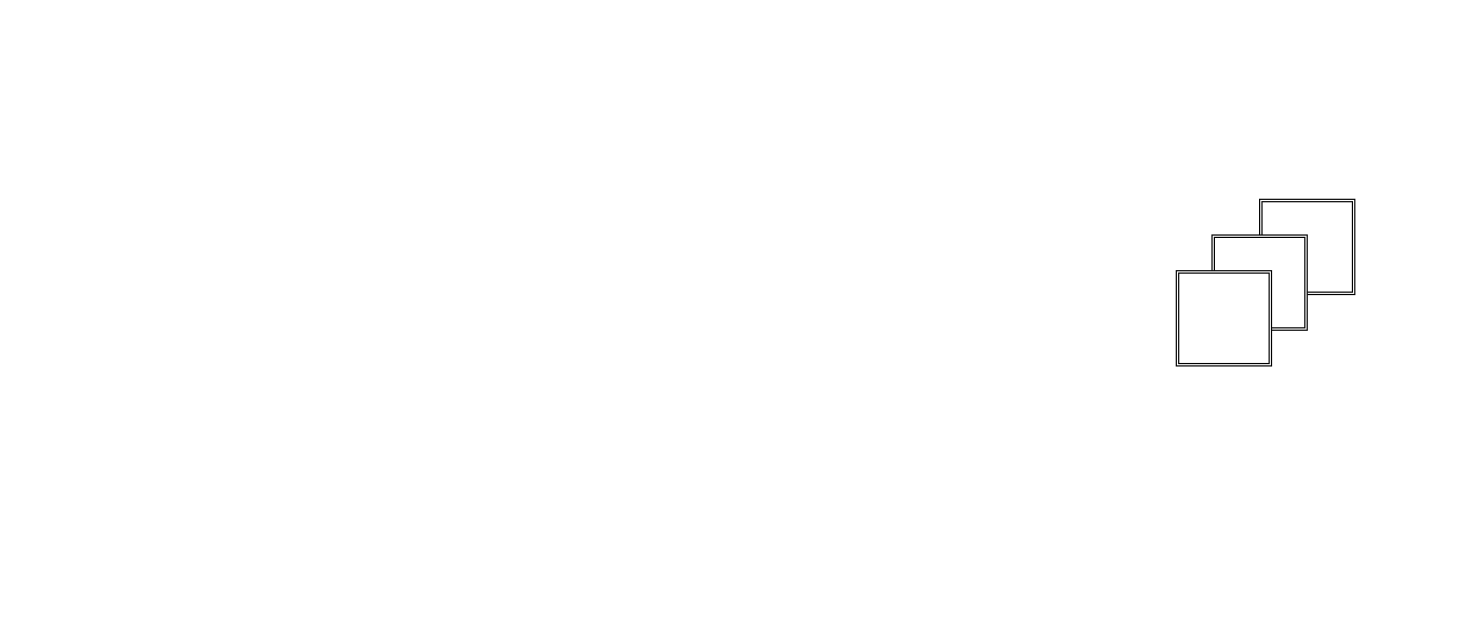
Arui1122/Structural-Representation-Enhancement keeps this draw.io diagram as Architecture.drawio. Above is the earlier version. Source tidied: cells renumbered, new cells numbered last; positions are measured from the earlier drawing's top-left corner, leaving out a move shared by most shapes. Both pictures are drawn from the tidied source at 119%, with x=0, y=0 at pixel (1176, 199).
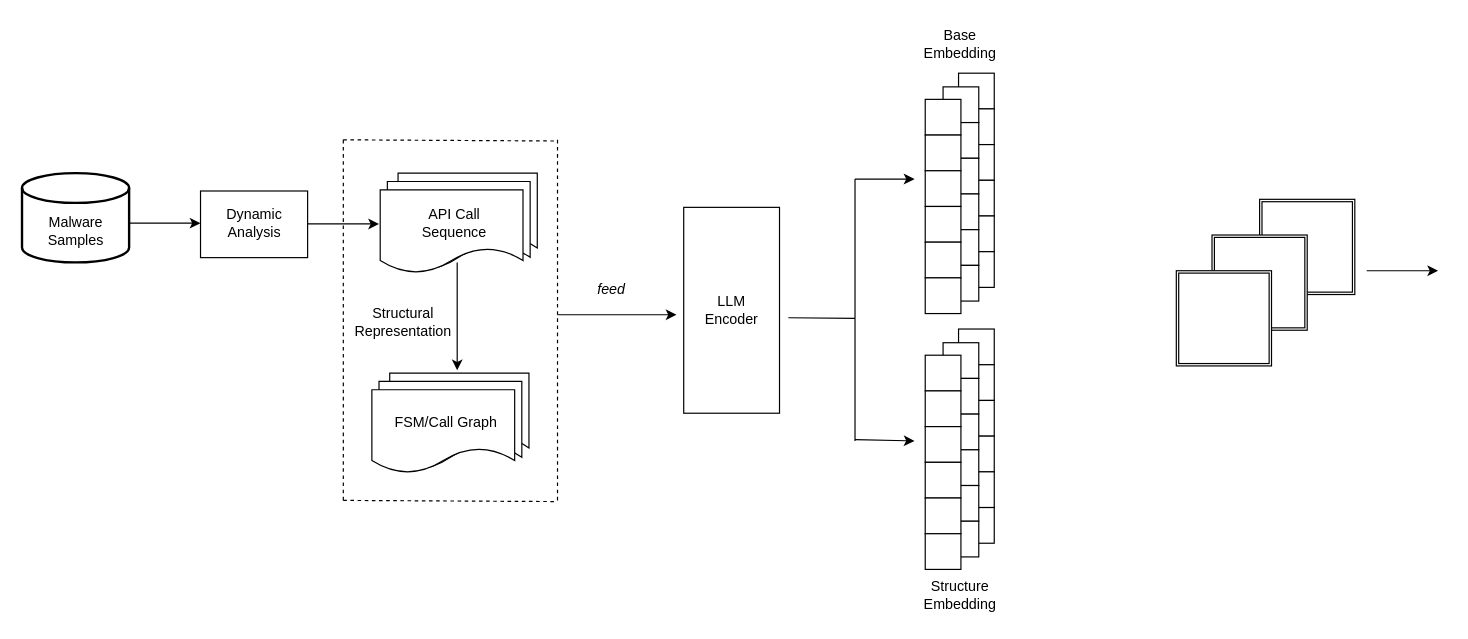
Above is the later version.

Change to the diagram source:
```diff
@@
+    <mxCell id="5" style="endArrow=classic;html=1;rounded=0;" parent="1" edge="1">
+      <mxGeometry relative="1" as="geometry">
+        <mxPoint x="160" y="60" as="sourcePoint" />
+        <mxPoint x="220" y="60" as="targetPoint" />
+      </mxGeometry>
+    </mxCell>
+    <mxCell id="6" style="strokeWidth=2;html=1;shape=mxgraph.flowchart.database;whiteSpace=wrap;fontStyle=0;align=center;verticalAlign=bottom;labelPosition=center;verticalLabelPosition=middle;horizontal=1;" parent="1" vertex="1">
+      <mxGeometry x="-970" y="-22" width="90" height="75" as="geometry" />
+    </mxCell>
+    <mxCell id="7" value="Malware&lt;div&gt;Samples&lt;/div&gt;" style="text;html=1;align=center;verticalAlign=middle;strokeColor=none;fillColor=none;" parent="1" vertex="1">
+      <mxGeometry x="-960" y="7" width="70" height="40" as="geometry" />
+    </mxCell>
+    <mxCell id="8" style="endArrow=classic;html=1;rounded=0;" parent="1" edge="1">
+      <mxGeometry relative="1" as="geometry">
+        <mxPoint x="-880" y="20" as="sourcePoint" />
+        <mxPoint x="-820" y="20" as="targetPoint" />
+      </mxGeometry>
+    </mxCell>
+    <mxCell id="9" style="rounded=0;whiteSpace=wrap;html=1;" parent="1" vertex="1">
+      <mxGeometry x="-820" y="-7" width="90" height="56" as="geometry" />
+    </mxCell>
+    <mxCell id="10" value="Dynamic&lt;div&gt;Analysis&lt;/div&gt;" style="text;html=1;align=center;verticalAlign=middle;strokeColor=none;fillColor=none;" parent="1" vertex="1">
+      <mxGeometry x="-810" width="70" height="40" as="geometry" />
+    </mxCell>
+    <mxCell id="11" style="endArrow=classic;html=1;rounded=0;" parent="1" edge="1">
+      <mxGeometry relative="1" as="geometry">
+        <mxPoint x="-730" y="20.7" as="sourcePoint" />
+        <mxPoint x="-670" y="20.7" as="targetPoint" />
+      </mxGeometry>
+    </mxCell>
+    <mxCell id="12" style="endArrow=classic;html=1;rounded=0;" parent="1" edge="1">
+      <mxGeometry relative="1" as="geometry">
+        <mxPoint x="-604.3" y="53" as="sourcePoint" />
+        <mxPoint x="-604.3" y="143.7" as="targetPoint" />
+      </mxGeometry>
+    </mxCell>
+    <mxCell id="13" style="shape=document;whiteSpace=wrap;html=1;boundedLbl=1;" parent="1" vertex="1">
+      <mxGeometry x="-661" y="146" width="117" height="74" as="geometry" />
+    </mxCell>
+    <mxCell id="14" style="shape=document;whiteSpace=wrap;html=1;boundedLbl=1;" parent="1" vertex="1">
+      <mxGeometry x="-670" y="153" width="120" height="75" as="geometry" />
+    </mxCell>
+    <mxCell id="15" style="shape=document;whiteSpace=wrap;html=1;boundedLbl=1;labelBorderColor=none;" parent="1" vertex="1">
+      <mxGeometry x="-676" y="160" width="120" height="70" as="geometry" />
+    </mxCell>
+    <mxCell id="16" value="FSM/Call Graph" style="text;html=1;align=center;verticalAlign=middle;strokeColor=none;fillColor=none;" parent="1" vertex="1">
+      <mxGeometry x="-669" y="173" width="110" height="30" as="geometry" />
+    </mxCell>
+    <mxCell id="17" style="shape=document;whiteSpace=wrap;html=1;boundedLbl=1;" parent="1" vertex="1">
+      <mxGeometry x="-654" y="-22" width="117" height="74" as="geometry" />
+    </mxCell>
+    <mxCell id="18" style="shape=document;whiteSpace=wrap;html=1;boundedLbl=1;" parent="1" vertex="1">
+      <mxGeometry x="-663" y="-15" width="120" height="75" as="geometry" />
+    </mxCell>
+    <mxCell id="19" style="shape=document;whiteSpace=wrap;html=1;boundedLbl=1;labelBorderColor=none;" parent="1" vertex="1">
+      <mxGeometry x="-669" y="-8" width="120" height="70" as="geometry" />
+    </mxCell>
+    <mxCell id="20" value="API Call&lt;div&gt;Sequence&lt;/div&gt;" style="text;html=1;align=center;verticalAlign=middle;strokeColor=none;fillColor=none;" parent="1" vertex="1">
+      <mxGeometry x="-647" width="80" height="40" as="geometry" />
+    </mxCell>
+    <mxCell id="21" value="Structural&lt;div&gt;Representation&lt;/div&gt;" style="text;html=1;align=center;verticalAlign=middle;strokeColor=none;fillColor=none;" parent="1" vertex="1">
+      <mxGeometry x="-700" y="83" width="100" height="40" as="geometry" />
+    </mxCell>
+    <mxCell id="22" style="endArrow=none;dashed=1;html=1;rounded=0;" parent="1" edge="1">
+      <mxGeometry relative="1" as="geometry">
+        <mxPoint x="-700" y="253" as="sourcePoint" />
+        <mxPoint x="-700" y="-50" as="targetPoint" />
+      </mxGeometry>
+    </mxCell>
+    <mxCell id="23" style="endArrow=none;dashed=1;html=1;rounded=0;" parent="1" edge="1">
+      <mxGeometry relative="1" as="geometry">
+        <mxPoint x="-520" y="253" as="sourcePoint" />
+        <mxPoint x="-520" y="-50" as="targetPoint" />
+      </mxGeometry>
+    </mxCell>
+    <mxCell id="24" style="endArrow=none;dashed=1;html=1;rounded=0;" parent="1" edge="1">
+      <mxGeometry relative="1" as="geometry">
+        <mxPoint x="-700" y="-50" as="sourcePoint" />
+        <mxPoint x="-520" y="-49" as="targetPoint" />
+      </mxGeometry>
+    </mxCell>
+    <mxCell id="25" style="endArrow=none;dashed=1;html=1;rounded=0;" parent="1" edge="1">
+      <mxGeometry relative="1" as="geometry">
+        <mxPoint x="-700" y="253" as="sourcePoint" />
+        <mxPoint x="-520" y="254" as="targetPoint" />
+      </mxGeometry>
+    </mxCell>
+    <mxCell id="26" style="endArrow=classic;html=1;rounded=0;" parent="1" edge="1">
+      <mxGeometry relative="1" as="geometry">
+        <mxPoint x="-520" y="97" as="sourcePoint" />
+        <mxPoint x="-420" y="97" as="targetPoint" />
+      </mxGeometry>
+    </mxCell>
+    <mxCell id="27" value="&lt;i&gt;feed&lt;/i&gt;" style="text;html=1;align=center;verticalAlign=middle;strokeColor=none;fillColor=none;" parent="1" vertex="1">
+      <mxGeometry x="-500" y="61" width="50" height="30" as="geometry" />
+    </mxCell>
+    <mxCell id="28" style="rounded=0;whiteSpace=wrap;html=1;rotation=90;" parent="1" vertex="1">
+      <mxGeometry x="-460.2" y="53" width="173" height="80.5" as="geometry" />
+    </mxCell>
+    <mxCell id="29" value="LLM&lt;div&gt;Encoder&lt;/div&gt;" style="text;html=1;align=center;verticalAlign=middle;strokeColor=none;fillColor=none;" parent="1" vertex="1">
+      <mxGeometry x="-408.8" y="73" width="70" height="40" as="geometry" />
+    </mxCell>
+    <mxCell id="30" style="endArrow=none;html=1;rounded=0;" parent="1" edge="1">
+      <mxGeometry relative="1" as="geometry">
+        <mxPoint x="-326" y="99.5" as="sourcePoint" />
+        <mxPoint x="-270" y="100" as="targetPoint" />
+      </mxGeometry>
+    </mxCell>
+    <mxCell id="31" style="endArrow=none;html=1;rounded=0;" parent="1" edge="1">
+      <mxGeometry relative="1" as="geometry">
+        <mxPoint x="-270" y="100" as="sourcePoint" />
+        <mxPoint x="-270" y="-17" as="targetPoint" />
+      </mxGeometry>
+    </mxCell>
+    <mxCell id="32" style="endArrow=none;html=1;rounded=0;" parent="1" edge="1">
+      <mxGeometry relative="1" as="geometry">
+        <mxPoint x="-270" y="203" as="sourcePoint" />
+        <mxPoint x="-270" y="100" as="targetPoint" />
+      </mxGeometry>
+    </mxCell>
+    <mxCell id="33" style="group;" parent="1" vertex="1">
+      <mxGeometry x="-211" y="-106" width="58" height="202" as="geometry" />
+    </mxCell>
+    <mxCell id="34" style="whiteSpace=wrap;html=1;" parent="33" vertex="1">
+      <mxGeometry x="28" width="30" height="30" as="geometry" />
+    </mxCell>
+    <mxCell id="35" style="whiteSpace=wrap;html=1;" parent="33" vertex="1">
+      <mxGeometry x="28" y="30" width="30" height="30" as="geometry" />
+    </mxCell>
+    <mxCell id="36" style="whiteSpace=wrap;html=1;" parent="33" vertex="1">
+      <mxGeometry x="28" y="60" width="30" height="30" as="geometry" />
+    </mxCell>
+    <mxCell id="37" style="whiteSpace=wrap;html=1;" parent="33" vertex="1">
+      <mxGeometry x="28" y="90" width="30" height="30" as="geometry" />
+    </mxCell>
+    <mxCell id="38" style="whiteSpace=wrap;html=1;" parent="33" vertex="1">
+      <mxGeometry x="28" y="120" width="30" height="30" as="geometry" />
+    </mxCell>
+    <mxCell id="39" style="whiteSpace=wrap;html=1;" parent="33" vertex="1">
+      <mxGeometry x="28" y="150" width="30" height="30" as="geometry" />
+    </mxCell>
+    <mxCell id="40" style="whiteSpace=wrap;html=1;" parent="33" vertex="1">
+      <mxGeometry x="15" y="11.5" width="30" height="30" as="geometry" />
+    </mxCell>
+    <mxCell id="41" style="whiteSpace=wrap;html=1;" parent="33" vertex="1">
+      <mxGeometry x="15" y="41.5" width="30" height="30" as="geometry" />
+    </mxCell>
+    <mxCell id="42" style="whiteSpace=wrap;html=1;" parent="33" vertex="1">
+      <mxGeometry x="15" y="71.5" width="30" height="30" as="geometry" />
+    </mxCell>
+    <mxCell id="43" style="whiteSpace=wrap;html=1;" parent="33" vertex="1">
+      <mxGeometry x="15" y="101.5" width="30" height="30" as="geometry" />
+    </mxCell>
+    <mxCell id="44" style="whiteSpace=wrap;html=1;" parent="33" vertex="1">
+      <mxGeometry x="15" y="131.5" width="30" height="30" as="geometry" />
+    </mxCell>
+    <mxCell id="45" style="whiteSpace=wrap;html=1;" parent="33" vertex="1">
+      <mxGeometry x="15" y="161.5" width="30" height="30" as="geometry" />
+    </mxCell>
+    <mxCell id="46" style="whiteSpace=wrap;html=1;" parent="33" vertex="1">
+      <mxGeometry y="22" width="30" height="30" as="geometry" />
+    </mxCell>
+    <mxCell id="47" style="whiteSpace=wrap;html=1;" parent="33" vertex="1">
+      <mxGeometry y="52" width="30" height="30" as="geometry" />
+    </mxCell>
+    <mxCell id="48" style="whiteSpace=wrap;html=1;" parent="33" vertex="1">
+      <mxGeometry y="82" width="30" height="30" as="geometry" />
+    </mxCell>
+    <mxCell id="49" style="whiteSpace=wrap;html=1;" parent="33" vertex="1">
+      <mxGeometry y="112" width="30" height="30" as="geometry" />
+    </mxCell>
+    <mxCell id="50" style="whiteSpace=wrap;html=1;" parent="33" vertex="1">
+      <mxGeometry y="142" width="30" height="30" as="geometry" />
+    </mxCell>
+    <mxCell id="51" style="whiteSpace=wrap;html=1;" parent="33" vertex="1">
+      <mxGeometry y="172" width="30" height="30" as="geometry" />
+    </mxCell>
+    <mxCell id="52" style="group;" parent="1" vertex="1">
+      <mxGeometry x="-211" y="109" width="58" height="202" as="geometry" />
+    </mxCell>
+    <mxCell id="53" style="whiteSpace=wrap;html=1;" parent="52" vertex="1">
+      <mxGeometry x="28" width="30" height="30" as="geometry" />
+    </mxCell>
+    <mxCell id="54" style="whiteSpace=wrap;html=1;" parent="52" vertex="1">
+      <mxGeometry x="28" y="30" width="30" height="30" as="geometry" />
+    </mxCell>
+    <mxCell id="55" style="whiteSpace=wrap;html=1;" parent="52" vertex="1">
+      <mxGeometry x="28" y="60" width="30" height="30" as="geometry" />
+    </mxCell>
+    <mxCell id="56" style="whiteSpace=wrap;html=1;" parent="52" vertex="1">
+      <mxGeometry x="28" y="90" width="30" height="30" as="geometry" />
+    </mxCell>
+    <mxCell id="57" style="whiteSpace=wrap;html=1;" parent="52" vertex="1">
+      <mxGeometry x="28" y="120" width="30" height="30" as="geometry" />
+    </mxCell>
+    <mxCell id="58" style="whiteSpace=wrap;html=1;" parent="52" vertex="1">
+      <mxGeometry x="28" y="150" width="30" height="30" as="geometry" />
+    </mxCell>
+    <mxCell id="59" style="whiteSpace=wrap;html=1;" parent="52" vertex="1">
+      <mxGeometry x="15" y="11.5" width="30" height="30" as="geometry" />
+    </mxCell>
+    <mxCell id="60" style="whiteSpace=wrap;html=1;" parent="52" vertex="1">
+      <mxGeometry x="15" y="41.5" width="30" height="30" as="geometry" />
+    </mxCell>
+    <mxCell id="61" style="whiteSpace=wrap;html=1;" parent="52" vertex="1">
+      <mxGeometry x="15" y="71.5" width="30" height="30" as="geometry" />
+    </mxCell>
+    <mxCell id="62" style="whiteSpace=wrap;html=1;" parent="52" vertex="1">
+      <mxGeometry x="15" y="101.5" width="30" height="30" as="geometry" />
+    </mxCell>
+    <mxCell id="63" style="whiteSpace=wrap;html=1;" parent="52" vertex="1">
+      <mxGeometry x="15" y="131.5" width="30" height="30" as="geometry" />
+    </mxCell>
+    <mxCell id="64" style="whiteSpace=wrap;html=1;" parent="52" vertex="1">
+      <mxGeometry x="15" y="161.5" width="30" height="30" as="geometry" />
+    </mxCell>
+    <mxCell id="65" style="whiteSpace=wrap;html=1;" parent="52" vertex="1">
+      <mxGeometry y="22" width="30" height="30" as="geometry" />
+    </mxCell>
+    <mxCell id="66" style="whiteSpace=wrap;html=1;" parent="52" vertex="1">
+      <mxGeometry y="52" width="30" height="30" as="geometry" />
+    </mxCell>
+    <mxCell id="67" style="whiteSpace=wrap;html=1;" parent="52" vertex="1">
+      <mxGeometry y="82" width="30" height="30" as="geometry" />
+    </mxCell>
+    <mxCell id="68" style="whiteSpace=wrap;html=1;" parent="52" vertex="1">
+      <mxGeometry y="112" width="30" height="30" as="geometry" />
+    </mxCell>
+    <mxCell id="69" style="whiteSpace=wrap;html=1;" parent="52" vertex="1">
+      <mxGeometry y="142" width="30" height="30" as="geometry" />
+    </mxCell>
+    <mxCell id="70" style="whiteSpace=wrap;html=1;" parent="52" vertex="1">
+      <mxGeometry y="172" width="30" height="30" as="geometry" />
+    </mxCell>
+    <mxCell id="71" style="endArrow=classic;html=1;rounded=0;" parent="1" edge="1">
+      <mxGeometry relative="1" as="geometry">
+        <mxPoint x="-270" y="202" as="sourcePoint" />
+        <mxPoint x="-220" y="203" as="targetPoint" />
+      </mxGeometry>
+    </mxCell>
+    <mxCell id="72" style="endArrow=classic;html=1;rounded=0;" parent="1" edge="1">
+      <mxGeometry relative="1" as="geometry">
+        <mxPoint x="-270" y="-17" as="sourcePoint" />
+        <mxPoint x="-220" y="-17" as="targetPoint" />
+      </mxGeometry>
+    </mxCell>
+    <mxCell id="73" value="Base&lt;div&gt;Embedding&lt;/div&gt;" style="text;html=1;align=center;verticalAlign=middle;strokeColor=none;fillColor=none;" parent="1" vertex="1">
+      <mxGeometry x="-222" y="-150" width="80" height="40" as="geometry" />
+    </mxCell>
+    <mxCell id="74" value="Structure&lt;div&gt;Embedding&lt;/div&gt;" style="text;html=1;align=center;verticalAlign=middle;strokeColor=none;fillColor=none;" parent="1" vertex="1">
+      <mxGeometry x="-222" y="313" width="80" height="40" as="geometry" />
+    </mxCell>
```
